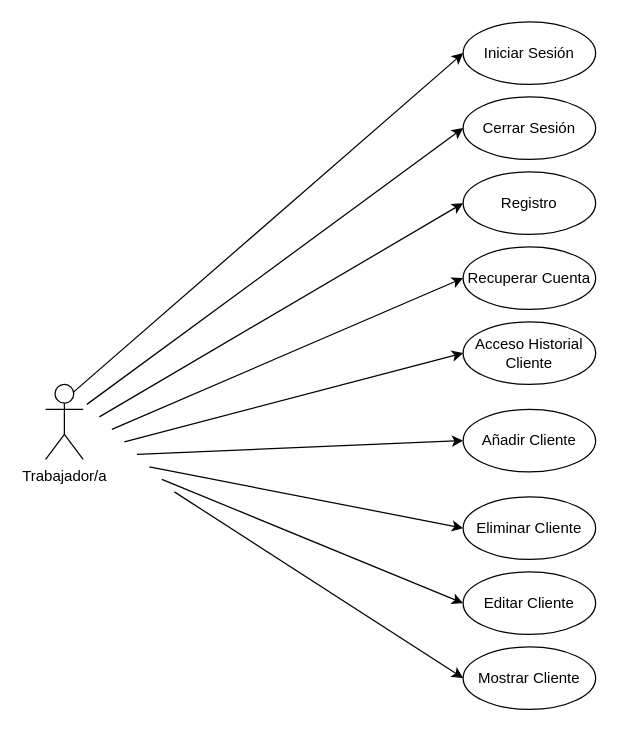
The draw.io diagram Diagrama de Caso de Uso Trabajador.drawio in HuBaMarin/projDespliegue, before the edit. Source tidied: cells renumbered, new cells numbered last; positions are measured from the earlier drawing's top-left corner, leaving out a move shared by most shapes. Both pictures are drawn from the tidied source at 125%, with x=0, y=0 at pixel (45, 21).
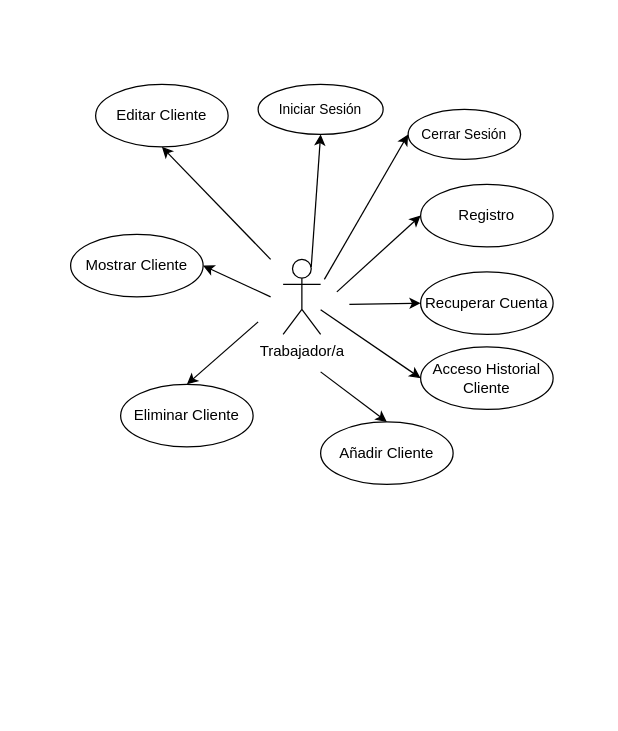
After the change.

What changed in the source:
```diff
@@
     <mxCell id="2" value="Trabajador/a" style="shape=umlActor;verticalLabelPosition=bottom;verticalAlign=top;html=1;outlineConnect=0;" parent="1" vertex="1">
-      <mxGeometry y="290" width="30" height="60" as="geometry" />
+      <mxGeometry x="190" y="190" width="30" height="60" as="geometry" />
     </mxCell>
-    <mxCell id="3" style="endArrow=classic;html=1;rounded=0;exitX=0.75;exitY=0.1;exitDx=0;exitDy=0;exitPerimeter=0;entryX=0;entryY=0.5;entryDx=0;entryDy=0;" parent="1" edge="1" source="2" target="4">
+    <mxCell id="3" style="endArrow=classic;html=1;rounded=0;exitX=0.75;exitY=0.1;exitDx=0;exitDy=0;exitPerimeter=0;entryX=0.5;entryY=1;entryDx=0;entryDy=0;" parent="1" edge="1" source="2" target="4">
       <mxGeometry relative="1" as="geometry" />
     </mxCell>
-    <mxCell id="4" value="Iniciar Sesión" style="ellipse;whiteSpace=wrap;html=1;" parent="1" vertex="1">
-      <mxGeometry x="334" width="106" height="50" as="geometry" />
+    <mxCell id="4" value="&lt;font style=&quot;font-size: 11px;&quot;&gt;Iniciar Sesión&lt;/font&gt;" style="ellipse;whiteSpace=wrap;html=1;" parent="1" vertex="1">
+      <mxGeometry x="170" y="50" width="100" height="40" as="geometry" />
     </mxCell>
-    <mxCell id="5" value="Cerrar Sesión" style="ellipse;whiteSpace=wrap;html=1;" parent="1" vertex="1">
-      <mxGeometry x="334" y="60" width="106" height="50" as="geometry" />
+    <mxCell id="5" value="&lt;font style=&quot;font-size: 11px;&quot;&gt;Cerrar Sesión&lt;/font&gt;" style="ellipse;whiteSpace=wrap;html=1;" parent="1" vertex="1">
+      <mxGeometry x="290" y="70" width="90" height="40" as="geometry" />
     </mxCell>
     <mxCell id="6" value="Registro" style="ellipse;whiteSpace=wrap;html=1;" parent="1" vertex="1">
-      <mxGeometry x="334" y="120" width="106" height="50" as="geometry" />
+      <mxGeometry x="300" y="130" width="106" height="50" as="geometry" />
     </mxCell>
     <mxCell id="7" value="Recuperar Cuenta" style="ellipse;whiteSpace=wrap;html=1;" parent="1" vertex="1">
-      <mxGeometry x="334" y="180" width="106" height="50" as="geometry" />
+      <mxGeometry x="300" y="200" width="106" height="50" as="geometry" />
     </mxCell>
-    <mxCell id="8" value="Acceso Historial Cliente" style="ellipse;whiteSpace=wrap;html=1;" parent="1" vertex="1">
-      <mxGeometry x="334" y="240" width="106" height="50" as="geometry" />
-    </mxCell>
     <mxCell id="9" value="Añadir Cliente" style="ellipse;whiteSpace=wrap;html=1;" parent="1" vertex="1">
-      <mxGeometry x="334" y="310" width="106" height="50" as="geometry" />
+      <mxGeometry x="220" y="320" width="106" height="50" as="geometry" />
     </mxCell>
     <mxCell id="10" value="Eliminar Cliente" style="ellipse;whiteSpace=wrap;html=1;" parent="1" vertex="1">
-      <mxGeometry x="334" y="380" width="106" height="50" as="geometry" />
+      <mxGeometry x="60" y="290" width="106" height="50" as="geometry" />
     </mxCell>
     <mxCell id="11" value="Editar Cliente" style="ellipse;whiteSpace=wrap;html=1;" parent="1" vertex="1">
-      <mxGeometry x="334" y="440" width="106" height="50" as="geometry" />
+      <mxGeometry x="40" y="50" width="106" height="50" as="geometry" />
     </mxCell>
     <mxCell id="12" value="Mostrar Cliente" style="ellipse;whiteSpace=wrap;html=1;" parent="1" vertex="1">
-      <mxGeometry x="334" y="500" width="106" height="50" as="geometry" />
+      <mxGeometry x="20" y="170" width="106" height="50" as="geometry" />
     </mxCell>
     <mxCell id="13" style="endArrow=classic;html=1;rounded=0;exitX=0.75;exitY=0.1;exitDx=0;exitDy=0;exitPerimeter=0;entryX=0;entryY=0.5;entryDx=0;entryDy=0;" parent="1" edge="1" target="5">
       <mxGeometry relative="1" as="geometry">
-        <mxPoint x="33" y="306" as="sourcePoint" />
+        <mxPoint x="223" y="206" as="sourcePoint" />
       </mxGeometry>
     </mxCell>
     <mxCell id="14" style="endArrow=classic;html=1;rounded=0;exitX=0.75;exitY=0.1;exitDx=0;exitDy=0;exitPerimeter=0;entryX=0;entryY=0.5;entryDx=0;entryDy=0;" parent="1" edge="1" target="6">
       <mxGeometry relative="1" as="geometry">
-        <mxPoint x="43" y="316" as="sourcePoint" />
+        <mxPoint x="233" y="216" as="sourcePoint" />
       </mxGeometry>
     </mxCell>
     <mxCell id="15" style="endArrow=classic;html=1;rounded=0;exitX=0.75;exitY=0.1;exitDx=0;exitDy=0;exitPerimeter=0;entryX=0;entryY=0.5;entryDx=0;entryDy=0;" parent="1" edge="1" target="7">
       <mxGeometry relative="1" as="geometry">
-        <mxPoint x="53" y="326" as="sourcePoint" />
+        <mxPoint x="243" y="226" as="sourcePoint" />
       </mxGeometry>
     </mxCell>
-    <mxCell id="16" style="endArrow=classic;html=1;rounded=0;exitX=0.75;exitY=0.1;exitDx=0;exitDy=0;exitPerimeter=0;entryX=0;entryY=0.5;entryDx=0;entryDy=0;" parent="1" edge="1" target="8">
-      <mxGeometry relative="1" as="geometry">
-        <mxPoint x="63" y="336" as="sourcePoint" />
-      </mxGeometry>
+    <mxCell id="16" style="endArrow=classic;html=1;rounded=0;entryX=0;entryY=0.5;entryDx=0;entryDy=0;" parent="1" edge="1" source="2" target="8">
+      <mxGeometry relative="1" as="geometry" />
     </mxCell>
-    <mxCell id="17" style="endArrow=classic;html=1;rounded=0;exitX=0.75;exitY=0.1;exitDx=0;exitDy=0;exitPerimeter=0;entryX=0;entryY=0.5;entryDx=0;entryDy=0;" parent="1" edge="1" target="9">
+    <mxCell id="17" style="endArrow=classic;html=1;rounded=0;entryX=0.5;entryY=0;entryDx=0;entryDy=0;" parent="1" edge="1" target="9">
       <mxGeometry relative="1" as="geometry">
-        <mxPoint x="73" y="346" as="sourcePoint" />
+        <mxPoint x="220" y="280" as="sourcePoint" />
       </mxGeometry>
     </mxCell>
-    <mxCell id="18" style="endArrow=classic;html=1;rounded=0;exitX=0.75;exitY=0.1;exitDx=0;exitDy=0;exitPerimeter=0;entryX=0;entryY=0.5;entryDx=0;entryDy=0;" parent="1" edge="1" target="10">
+    <mxCell id="18" style="endArrow=classic;html=1;rounded=0;entryX=0.5;entryY=0;entryDx=0;entryDy=0;" parent="1" edge="1" target="10">
       <mxGeometry relative="1" as="geometry">
-        <mxPoint x="83" y="356" as="sourcePoint" />
+        <mxPoint x="170" y="240" as="sourcePoint" />
       </mxGeometry>
     </mxCell>
-    <mxCell id="19" style="endArrow=classic;html=1;rounded=0;exitX=0.75;exitY=0.1;exitDx=0;exitDy=0;exitPerimeter=0;entryX=0;entryY=0.5;entryDx=0;entryDy=0;" parent="1" edge="1" target="11">
+    <mxCell id="19" style="endArrow=classic;html=1;rounded=0;entryX=0.5;entryY=1;entryDx=0;entryDy=0;" parent="1" edge="1" target="11">
       <mxGeometry relative="1" as="geometry">
-        <mxPoint x="93" y="366" as="sourcePoint" />
+        <mxPoint x="180" y="190" as="sourcePoint" />
       </mxGeometry>
     </mxCell>
-    <mxCell id="20" style="endArrow=classic;html=1;rounded=0;exitX=0.75;exitY=0.1;exitDx=0;exitDy=0;exitPerimeter=0;entryX=0;entryY=0.5;entryDx=0;entryDy=0;" parent="1" edge="1" target="12">
+    <mxCell id="20" style="endArrow=classic;html=1;rounded=0;entryX=1;entryY=0.5;entryDx=0;entryDy=0;" parent="1" edge="1" target="12">
       <mxGeometry relative="1" as="geometry">
-        <mxPoint x="103" y="376" as="sourcePoint" />
+        <mxPoint x="180" y="220" as="sourcePoint" />
       </mxGeometry>
     </mxCell>
+    <mxCell id="8" value="Acceso Historial Cliente" style="ellipse;whiteSpace=wrap;html=1;" parent="1" vertex="1">
+      <mxGeometry x="300" y="260" width="106" height="50" as="geometry" />
+    </mxCell>
```
